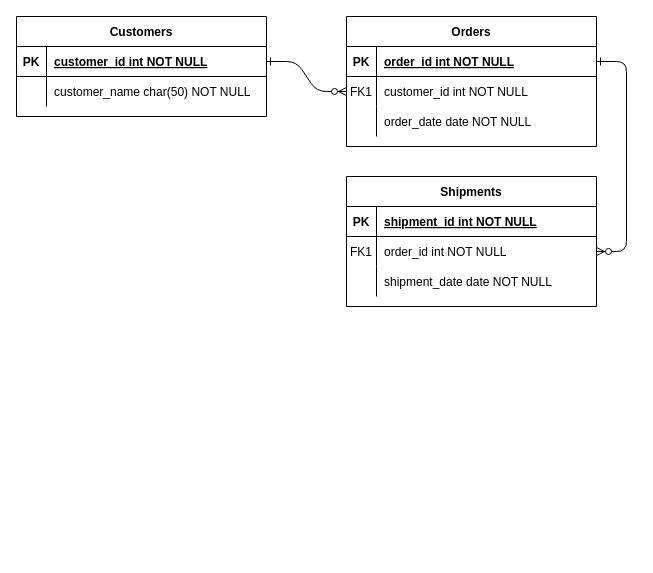
Before: E-Commerce.drawio in MarvinOrtiz18/DER, a draw.io diagram. Source tidied: cells renumbered, new cells numbered last; positions are measured from the earlier drawing's top-left corner, leaving out a move shared by most shapes. Both pictures are drawn from the tidied source at 100%, with x=0, y=0 at pixel (16, 16).
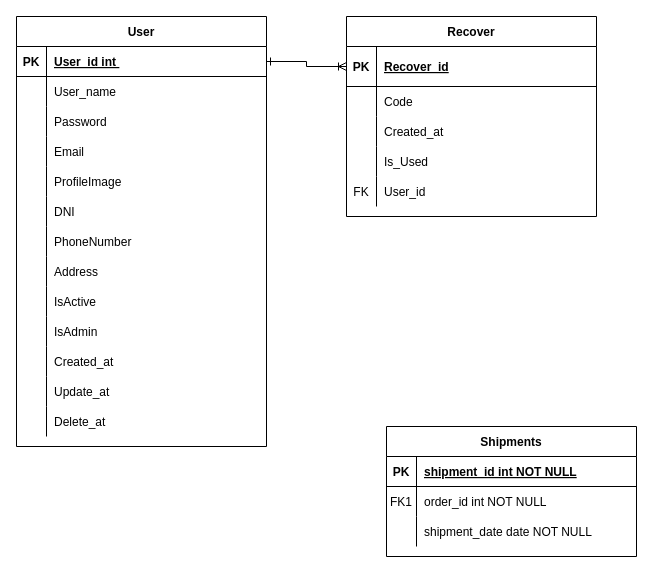
Above is the later version.

Unchanged cells that the change refers to:
```xml
<mxCell id="18" style="shape=partialRectangle;fillColor=none;points=[[0,0.5],[1,0.5]];portConstraint=eastwest;top=0;left=0;right=0;bottom=0;" parent="14" vertex="1">
  <mxGeometry y="60" width="250" height="30" as="geometry" />
</mxCell>
<mxCell id="25" style="shape=partialRectangle;fillColor=none;points=[[0,0.5],[1,0.5]];portConstraint=eastwest;top=0;left=0;right=0;bottom=1;" parent="24" vertex="1">
  <mxGeometry y="30" width="250" height="30" as="geometry" />
</mxCell>
<mxCell id="28" style="shape=partialRectangle;fillColor=none;top=0;left=0;right=0;bottom=0;" parent="24" vertex="1">
  <mxGeometry y="60" width="250" height="30" as="geometry" />
</mxCell>
```

The edit, as a diff of the source:
```diff
@@
-    <mxCell id="2" style="edgeStyle=entityRelationEdgeStyle;endArrow=ERzeroToMany;startArrow=ERone;endFill=1;startFill=0;" parent="1" edge="1" source="25" target="8">
-      <mxGeometry relative="1" as="geometry" />
-    </mxCell>
-    <mxCell id="3" style="edgeStyle=entityRelationEdgeStyle;endArrow=ERzeroToMany;startArrow=ERone;endFill=1;startFill=0;" parent="1" edge="1" source="5" target="18">
-      <mxGeometry relative="1" as="geometry" />
-    </mxCell>
-    <mxCell id="4" value="Orders" style="shape=table;startSize=30;childLayout=tableLayout;rowLines=0;fontStyle=1;align=center;" parent="1" vertex="1">
-      <mxGeometry x="330" width="250" height="130" as="geometry" />
+    <mxCell id="4" value="Recover" style="shape=table;startSize=30;childLayout=tableLayout;rowLines=0;fontStyle=1;align=center;" parent="1" vertex="1">
+      <mxGeometry x="330" width="250" height="200" as="geometry" />
     </mxCell>
     <mxCell id="5" style="shape=partialRectangle;fillColor=none;points=[[0,0.5],[1,0.5]];portConstraint=eastwest;top=0;left=0;right=0;bottom=1;" parent="4" vertex="1">
-      <mxGeometry y="30" width="250" height="30" as="geometry" />
+      <mxGeometry y="30" width="250" height="40" as="geometry" />
     </mxCell>
     <mxCell id="6" value="PK" style="shape=partialRectangle;overflow=hidden;fillColor=none;top=0;left=0;bottom=0;right=0;fontStyle=1;" parent="5" vertex="1">
-      <mxGeometry width="30" height="30" as="geometry" />
+      <mxGeometry width="30" height="40" as="geometry" />
     </mxCell>
-    <mxCell id="7" value="order_id int NOT NULL " style="shape=partialRectangle;overflow=hidden;fillColor=none;top=0;left=0;bottom=0;right=0;align=left;spacingLeft=6;fontStyle=5;" parent="5" vertex="1">
-      <mxGeometry x="30" width="220" height="30" as="geometry" />
+    <mxCell id="7" value="Recover_id" style="shape=partialRectangle;overflow=hidden;fillColor=none;top=0;left=0;bottom=0;right=0;align=left;spacingLeft=6;fontStyle=5;" parent="5" vertex="1">
+      <mxGeometry x="30" width="220" height="40" as="geometry" />
     </mxCell>
     <mxCell id="8" style="shape=partialRectangle;fillColor=none;points=[[0,0.5],[1,0.5]];portConstraint=eastwest;top=0;left=0;right=0;bottom=0;" parent="4" vertex="1">
-      <mxGeometry y="60" width="250" height="30" as="geometry" />
+      <mxGeometry y="70" width="250" height="30" as="geometry" />
     </mxCell>
-    <mxCell id="9" value="FK1" style="shape=partialRectangle;overflow=hidden;fillColor=none;top=0;left=0;bottom=0;right=0;" parent="8" vertex="1">
+    <mxCell id="9" style="shape=partialRectangle;overflow=hidden;fillColor=none;top=0;left=0;bottom=0;right=0;" parent="8" vertex="1">
       <mxGeometry width="30" height="30" as="geometry" />
     </mxCell>
-    <mxCell id="10" value="customer_id int NOT NULL" style="shape=partialRectangle;overflow=hidden;fillColor=none;top=0;left=0;bottom=0;right=0;align=left;spacingLeft=6;" parent="8" vertex="1">
+    <mxCell id="10" value="Code" style="shape=partialRectangle;overflow=hidden;fillColor=none;top=0;left=0;bottom=0;right=0;align=left;spacingLeft=6;" parent="8" vertex="1">
       <mxGeometry x="30" width="220" height="30" as="geometry" />
     </mxCell>
     <mxCell id="11" style="shape=partialRectangle;fillColor=none;top=0;left=0;right=0;bottom=0;" parent="4" vertex="1">
-      <mxGeometry y="90" width="250" height="30" as="geometry" />
+      <mxGeometry y="100" width="250" height="30" as="geometry" />
     </mxCell>
@@
-    <mxCell id="13" value="order_date date NOT NULL" style="shape=partialRectangle;overflow=hidden;fillColor=none;top=0;left=0;bottom=0;right=0;align=left;spacingLeft=6;" parent="11" vertex="1">
+    <mxCell id="13" value="Created_at" style="shape=partialRectangle;overflow=hidden;fillColor=none;top=0;left=0;bottom=0;right=0;align=left;spacingLeft=6;" parent="11" vertex="1">
       <mxGeometry x="30" width="220" height="30" as="geometry" />
     </mxCell>
+    <mxCell id="31" style="shape=partialRectangle;fillColor=none;top=0;left=0;right=0;bottom=0;" parent="4" vertex="1">
+      <mxGeometry y="130" width="250" height="30" as="geometry" />
+    </mxCell>
+    <mxCell id="32" style="shape=partialRectangle;overflow=hidden;fillColor=none;top=0;left=0;bottom=0;right=0;" parent="31" vertex="1">
+      <mxGeometry width="30" height="30" as="geometry" />
+    </mxCell>
+    <mxCell id="33" value="Is_Used" style="shape=partialRectangle;overflow=hidden;fillColor=none;top=0;left=0;bottom=0;right=0;align=left;spacingLeft=6;" parent="31" vertex="1">
+      <mxGeometry x="30" width="220" height="30" as="geometry" />
+    </mxCell>
+    <mxCell id="34" style="shape=partialRectangle;fillColor=none;top=0;left=0;right=0;bottom=0;" parent="4" vertex="1">
+      <mxGeometry y="160" width="250" height="30" as="geometry" />
+    </mxCell>
+    <mxCell id="35" value="FK" style="shape=partialRectangle;overflow=hidden;fillColor=none;top=0;left=0;bottom=0;right=0;" parent="34" vertex="1">
+      <mxGeometry width="30" height="30" as="geometry" />
+    </mxCell>
+    <mxCell id="36" value="User_id" style="shape=partialRectangle;overflow=hidden;fillColor=none;top=0;left=0;bottom=0;right=0;align=left;spacingLeft=6;" parent="34" vertex="1">
+      <mxGeometry x="30" width="220" height="30" as="geometry" />
+    </mxCell>
     <mxCell id="14" value="Shipments" style="shape=table;startSize=30;childLayout=tableLayout;rowLines=0;fontStyle=1;align=center;" parent="1" vertex="1">
-      <mxGeometry x="330" y="160" width="250" height="130" as="geometry" />
+      <mxGeometry x="370" y="410" width="250" height="130" as="geometry" />
     </mxCell>
@@
-    <mxCell id="24" value="Customers" style="shape=table;startSize=30;childLayout=tableLayout;rowLines=0;fontStyle=1;align=center;" parent="1" vertex="1">
-      <mxGeometry width="250" height="100" as="geometry" />
+    <mxCell id="24" value="User" style="shape=table;startSize=30;childLayout=tableLayout;rowLines=0;fontStyle=1;align=center;" parent="1" vertex="1">
+      <mxGeometry width="250" height="430" as="geometry" />
     </mxCell>
@@
-    <mxCell id="27" value="customer_id int NOT NULL " style="shape=partialRectangle;overflow=hidden;fillColor=none;top=0;left=0;bottom=0;right=0;align=left;spacingLeft=6;fontStyle=5;" parent="25" vertex="1">
+    <mxCell id="27" value="User_id int " style="shape=partialRectangle;overflow=hidden;fillColor=none;top=0;left=0;bottom=0;right=0;align=left;spacingLeft=6;fontStyle=5;" parent="25" vertex="1">
       <mxGeometry x="30" width="220" height="30" as="geometry" />
     </mxCell>
@@
-    <mxCell id="30" value="customer_name char(50) NOT NULL" style="shape=partialRectangle;overflow=hidden;fillColor=none;top=0;left=0;bottom=0;right=0;align=left;spacingLeft=6;" parent="28" vertex="1">
+    <mxCell id="30" value="User_name" style="shape=partialRectangle;overflow=hidden;fillColor=none;top=0;left=0;bottom=0;right=0;align=left;spacingLeft=6;" parent="28" vertex="1">
       <mxGeometry x="30" width="220" height="30" as="geometry" />
     </mxCell>
+    <mxCell id="37" style="shape=partialRectangle;fillColor=none;top=0;left=0;right=0;bottom=0;" parent="24" vertex="1">
+      <mxGeometry y="90" width="250" height="30" as="geometry" />
+    </mxCell>
+    <mxCell id="38" style="shape=partialRectangle;overflow=hidden;fillColor=none;top=0;left=0;bottom=0;right=0;" parent="37" vertex="1">
+      <mxGeometry width="30" height="30" as="geometry" />
+    </mxCell>
+    <mxCell id="39" value="Password" style="shape=partialRectangle;overflow=hidden;fillColor=none;top=0;left=0;bottom=0;right=0;align=left;spacingLeft=6;" parent="37" vertex="1">
+      <mxGeometry x="30" width="220" height="30" as="geometry" />
+    </mxCell>
+    <mxCell id="40" style="shape=partialRectangle;fillColor=none;top=0;left=0;right=0;bottom=0;" parent="24" vertex="1">
+      <mxGeometry y="120" width="250" height="30" as="geometry" />
+    </mxCell>
+    <mxCell id="41" style="shape=partialRectangle;overflow=hidden;fillColor=none;top=0;left=0;bottom=0;right=0;" parent="40" vertex="1">
+      <mxGeometry width="30" height="30" as="geometry" />
+    </mxCell>
+    <mxCell id="42" value="Email" style="shape=partialRectangle;overflow=hidden;fillColor=none;top=0;left=0;bottom=0;right=0;align=left;spacingLeft=6;" parent="40" vertex="1">
+      <mxGeometry x="30" width="220" height="30" as="geometry" />
+    </mxCell>
+    <mxCell id="43" style="shape=partialRectangle;fillColor=none;top=0;left=0;right=0;bottom=0;" parent="24" vertex="1">
+      <mxGeometry y="150" width="250" height="30" as="geometry" />
+    </mxCell>
+    <mxCell id="44" style="shape=partialRectangle;overflow=hidden;fillColor=none;top=0;left=0;bottom=0;right=0;" parent="43" vertex="1">
+      <mxGeometry width="30" height="30" as="geometry" />
+    </mxCell>
+    <mxCell id="45" value="ProfileImage" style="shape=partialRectangle;overflow=hidden;fillColor=none;top=0;left=0;bottom=0;right=0;align=left;spacingLeft=6;" parent="43" vertex="1">
+      <mxGeometry x="30" width="220" height="30" as="geometry" />
+    </mxCell>
+    <mxCell id="46" style="shape=partialRectangle;fillColor=none;top=0;left=0;right=0;bottom=0;" parent="24" vertex="1">
+      <mxGeometry y="180" width="250" height="30" as="geometry" />
+    </mxCell>
+    <mxCell id="47" style="shape=partialRectangle;overflow=hidden;fillColor=none;top=0;left=0;bottom=0;right=0;" parent="46" vertex="1">
+      <mxGeometry width="30" height="30" as="geometry" />
+    </mxCell>
+    <mxCell id="48" value="DNI" style="shape=partialRectangle;overflow=hidden;fillColor=none;top=0;left=0;bottom=0;right=0;align=left;spacingLeft=6;" parent="46" vertex="1">
+      <mxGeometry x="30" width="220" height="30" as="geometry" />
+    </mxCell>
+    <mxCell id="49" style="shape=partialRectangle;fillColor=none;top=0;left=0;right=0;bottom=0;" parent="24" vertex="1">
+      <mxGeometry y="210" width="250" height="30" as="geometry" />
+    </mxCell>
+    <mxCell id="50" style="shape=partialRectangle;overflow=hidden;fillColor=none;top=0;left=0;bottom=0;right=0;" parent="49" vertex="1">
+      <mxGeometry width="30" height="30" as="geometry" />
+    </mxCell>
+    <mxCell id="51" value="PhoneNumber" style="shape=partialRectangle;overflow=hidden;fillColor=none;top=0;left=0;bottom=0;right=0;align=left;spacingLeft=6;" parent="49" vertex="1">
+      <mxGeometry x="30" width="220" height="30" as="geometry" />
+    </mxCell>
+    <mxCell id="52" style="shape=partialRectangle;fillColor=none;top=0;left=0;right=0;bottom=0;" parent="24" vertex="1">
+      <mxGeometry y="240" width="250" height="30" as="geometry" />
+    </mxCell>
+    <mxCell id="53" style="shape=partialRectangle;overflow=hidden;fillColor=none;top=0;left=0;bottom=0;right=0;" parent="52" vertex="1">
+      <mxGeometry width="30" height="30" as="geometry" />
+    </mxCell>
+    <mxCell id="54" value="Address" style="shape=partialRectangle;overflow=hidden;fillColor=none;top=0;left=0;bottom=0;right=0;align=left;spacingLeft=6;" parent="52" vertex="1">
+      <mxGeometry x="30" width="220" height="30" as="geometry" />
+    </mxCell>
+    <mxCell id="55" style="shape=partialRectangle;fillColor=none;top=0;left=0;right=0;bottom=0;" parent="24" vertex="1">
+      <mxGeometry y="270" width="250" height="30" as="geometry" />
+    </mxCell>
+    <mxCell id="56" style="shape=partialRectangle;overflow=hidden;fillColor=none;top=0;left=0;bottom=0;right=0;" parent="55" vertex="1">
+      <mxGeometry width="30" height="30" as="geometry" />
+    </mxCell>
+    <mxCell id="57" value="IsActive" style="shape=partialRectangle;overflow=hidden;fillColor=none;top=0;left=0;bottom=0;right=0;align=left;spacingLeft=6;" parent="55" vertex="1">
+      <mxGeometry x="30" width="220" height="30" as="geometry" />
+    </mxCell>
+    <mxCell id="58" style="shape=partialRectangle;fillColor=none;top=0;left=0;right=0;bottom=0;" parent="24" vertex="1">
+      <mxGeometry y="300" width="250" height="30" as="geometry" />
+    </mxCell>
+    <mxCell id="59" style="shape=partialRectangle;overflow=hidden;fillColor=none;top=0;left=0;bottom=0;right=0;" parent="58" vertex="1">
+      <mxGeometry width="30" height="30" as="geometry" />
+    </mxCell>
+    <mxCell id="60" value="IsAdmin" style="shape=partialRectangle;overflow=hidden;fillColor=none;top=0;left=0;bottom=0;right=0;align=left;spacingLeft=6;" parent="58" vertex="1">
+      <mxGeometry x="30" width="220" height="30" as="geometry" />
+    </mxCell>
+    <mxCell id="61" style="shape=partialRectangle;fillColor=none;top=0;left=0;right=0;bottom=0;" parent="24" vertex="1">
+      <mxGeometry y="330" width="250" height="30" as="geometry" />
+    </mxCell>
+    <mxCell id="62" style="shape=partialRectangle;overflow=hidden;fillColor=none;top=0;left=0;bottom=0;right=0;" parent="61" vertex="1">
+      <mxGeometry width="30" height="30" as="geometry" />
+    </mxCell>
+    <mxCell id="63" value="Created_at" style="shape=partialRectangle;overflow=hidden;fillColor=none;top=0;left=0;bottom=0;right=0;align=left;spacingLeft=6;" parent="61" vertex="1">
+      <mxGeometry x="30" width="220" height="30" as="geometry" />
+    </mxCell>
+    <mxCell id="64" style="shape=partialRectangle;fillColor=none;top=0;left=0;right=0;bottom=0;" parent="24" vertex="1">
+      <mxGeometry y="360" width="250" height="30" as="geometry" />
+    </mxCell>
+    <mxCell id="65" style="shape=partialRectangle;overflow=hidden;fillColor=none;top=0;left=0;bottom=0;right=0;" parent="64" vertex="1">
+      <mxGeometry width="30" height="30" as="geometry" />
+    </mxCell>
+    <mxCell id="66" value="Update_at" style="shape=partialRectangle;overflow=hidden;fillColor=none;top=0;left=0;bottom=0;right=0;align=left;spacingLeft=6;" parent="64" vertex="1">
+      <mxGeometry x="30" width="220" height="30" as="geometry" />
+    </mxCell>
+    <mxCell id="67" style="shape=partialRectangle;fillColor=none;top=0;left=0;right=0;bottom=0;" parent="24" vertex="1">
+      <mxGeometry y="390" width="250" height="30" as="geometry" />
+    </mxCell>
+    <mxCell id="68" style="shape=partialRectangle;overflow=hidden;fillColor=none;top=0;left=0;bottom=0;right=0;" parent="67" vertex="1">
+      <mxGeometry width="30" height="30" as="geometry" />
+    </mxCell>
+    <mxCell id="69" value="Delete_at" style="shape=partialRectangle;overflow=hidden;fillColor=none;top=0;left=0;bottom=0;right=0;align=left;spacingLeft=6;" parent="67" vertex="1">
+      <mxGeometry x="30" width="220" height="30" as="geometry" />
+    </mxCell>
+    <mxCell id="70" style="edgeStyle=orthogonalEdgeStyle;rounded=0;jettySize=auto;html=1;exitX=1;exitY=0.5;exitDx=0;exitDy=0;entryX=0;entryY=0.5;entryDx=0;entryDy=0;endArrow=ERoneToMany;endFill=0;startArrow=ERone;startFill=0;" parent="1" edge="1" source="25" target="5">
+      <mxGeometry relative="1" as="geometry" />
+    </mxCell>
```
